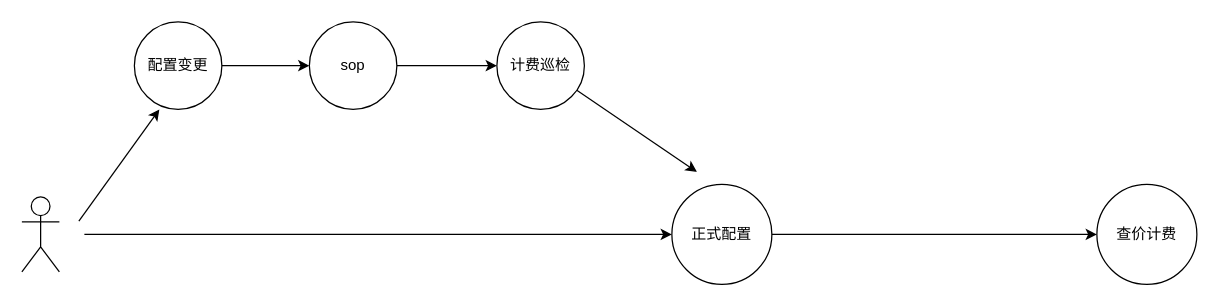
heyrry/hello keeps this draw.io diagram as 业务sop.drawio. Above is the earlier version. Source tidied: cells renumbered, new cells numbered last; positions are measured from the earlier drawing's top-left corner, leaving out a move shared by most shapes. Both pictures are drawn from the tidied source at 125%, with x=0, y=0 at pixel (21, 21).
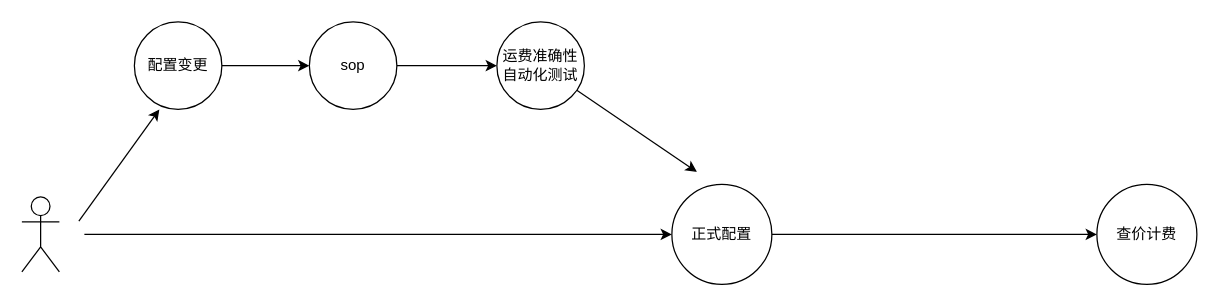
Above is the later version.

The edit, as a diff of the source:
```diff
@@
 <mxGraphModel>
   <root>
     <mxCell id="0" />
     <mxCell id="1" parent="0" />
     <mxCell id="2" style="edgeStyle=orthogonalEdgeStyle;rounded=0;jettySize=auto;html=1;exitX=1;exitY=0.5;exitDx=0;exitDy=0;entryX=0;entryY=0.5;entryDx=0;entryDy=0;" parent="1" edge="1" source="3">
       <mxGeometry relative="1" as="geometry">
         <mxPoint x="860" y="170" as="targetPoint" />
       </mxGeometry>
     </mxCell>
     <mxCell id="3" value="正式配置" style="ellipse;whiteSpace=wrap;html=1;fillColor=none;" parent="1" vertex="1">
       <mxGeometry x="520" y="130" width="80" height="80" as="geometry" />
     </mxCell>
     <mxCell id="4" style="endArrow=classic;html=1;rounded=0;exitX=1;exitY=0.5;exitDx=0;exitDy=0;entryX=0;entryY=0.5;entryDx=0;entryDy=0;" parent="1" edge="1" target="3">
       <mxGeometry relative="1" as="geometry">
         <mxPoint x="50" y="170" as="sourcePoint" />
       </mxGeometry>
     </mxCell>
     <mxCell id="5" style="edgeStyle=orthogonalEdgeStyle;rounded=0;jettySize=auto;html=1;exitX=1;exitY=0.5;exitDx=0;exitDy=0;entryX=0;entryY=0.5;entryDx=0;entryDy=0;" parent="1" edge="1" source="6" target="9">
       <mxGeometry relative="1" as="geometry" />
     </mxCell>
     <mxCell id="6" value="配置变更" style="ellipse;whiteSpace=wrap;html=1;fillColor=none;" parent="1" vertex="1">
       <mxGeometry x="90" width="70" height="70" as="geometry" />
     </mxCell>
     <mxCell id="7" style="endArrow=classic;html=1;rounded=0;exitX=1;exitY=0;exitDx=0;exitDy=0;" parent="1" edge="1">
       <mxGeometry relative="1" as="geometry">
         <mxPoint x="45.6" y="159.4" as="sourcePoint" />
         <mxPoint x="110" y="70" as="targetPoint" />
       </mxGeometry>
     </mxCell>
     <mxCell id="8" style="edgeStyle=orthogonalEdgeStyle;rounded=0;jettySize=auto;html=1;exitX=1;exitY=0.5;exitDx=0;exitDy=0;entryX=0;entryY=0.5;entryDx=0;entryDy=0;" parent="1" edge="1" source="9" target="10">
       <mxGeometry relative="1" as="geometry" />
     </mxCell>
     <mxCell id="9" value="sop" style="ellipse;whiteSpace=wrap;html=1;fillColor=none;" parent="1" vertex="1">
       <mxGeometry x="230" width="70" height="70" as="geometry" />
     </mxCell>
-    <mxCell id="10" value="计费巡检" style="ellipse;whiteSpace=wrap;html=1;fillColor=none;" parent="1" vertex="1">
+    <mxCell id="10" value="&lt;div class=&quot;lake-content&quot;&gt;&lt;span class=&quot;ne-text&quot;&gt;运费准确性自动化测试&lt;/span&gt;&lt;/div&gt;" style="ellipse;whiteSpace=wrap;html=1;fillColor=none;" parent="1" vertex="1">
       <mxGeometry x="380" width="70" height="70" as="geometry" />
     </mxCell>
     <mxCell id="11" style="endArrow=classic;html=1;rounded=0;" parent="1" edge="1" source="10">
       <mxGeometry relative="1" as="geometry">
         <mxPoint x="540" y="120" as="targetPoint" />
       </mxGeometry>
     </mxCell>
     <mxCell id="12" value="查价计费" style="ellipse;whiteSpace=wrap;html=1;fillColor=none;" parent="1" vertex="1">
       <mxGeometry x="860" y="130" width="80" height="80" as="geometry" />
     </mxCell>
     <mxCell id="13" style="shape=umlActor;verticalLabelPosition=bottom;verticalAlign=top;html=1;" parent="1" vertex="1">
       <mxGeometry y="140" width="30" height="60" as="geometry" />
     </mxCell>
   </root>
 </mxGraphModel>
```
